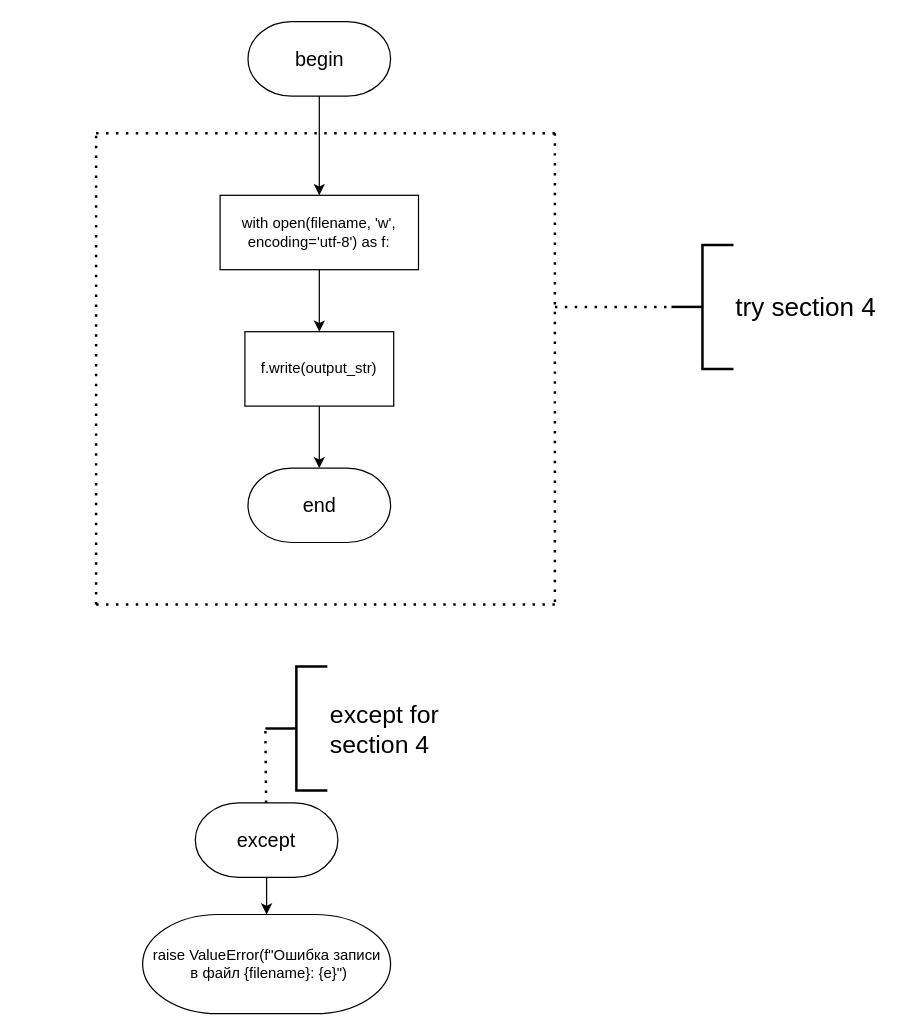
Earlier version of the draw.io diagram page "write_output" (3 of 15) of lw2/schemes/file_input.drawio (slavikovics/FuzzyInference). Source tidied: cells renumbered, new cells numbered last; positions are measured from the earlier drawing's top-left corner, leaving out a move shared by most shapes. Both pictures are drawn from the tidied source at 124%, with x=0, y=0 at pixel (95, 21).
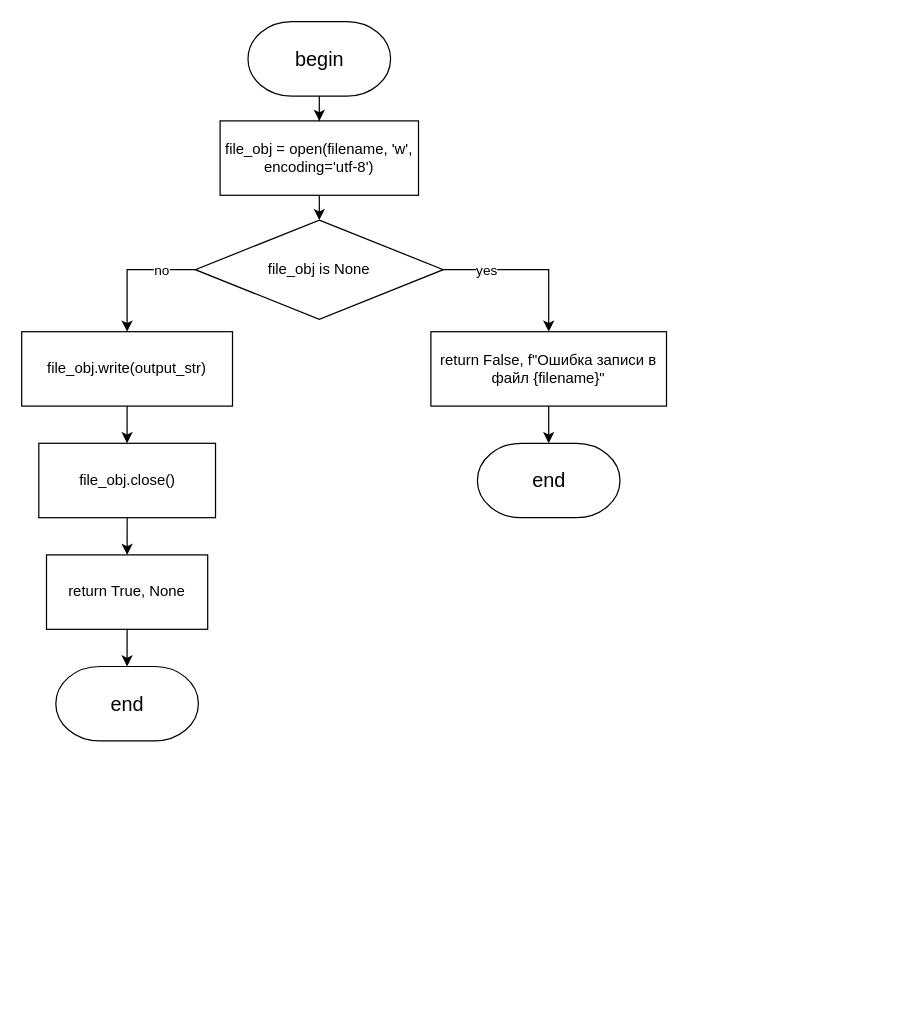
The same diagram, later.

What changed in the source:
```diff
@@
-    <mxCell id="2" style="edgeStyle=orthogonalEdgeStyle;rounded=0;jettySize=auto;html=1;" parent="1" edge="1" source="3" target="7">
-      <mxGeometry relative="1" as="geometry" />
-    </mxCell>
+    <mxCell id="20" style="edgeStyle=orthogonalEdgeStyle;rounded=0;jettySize=auto;html=1;exitX=0.5;exitY=1;exitDx=0;exitDy=0;entryX=0.5;entryY=0;entryDx=0;entryDy=0;" parent="1" edge="1" source="3" target="26">
+      <mxGeometry relative="1" as="geometry" />
+    </mxCell>
-    <mxCell id="3" value="with open(filename, 'w', encoding='utf-8') as f:" style="rounded=0;whiteSpace=wrap;html=1;" parent="1" vertex="1">
-      <mxGeometry x="100" y="140" width="160" height="60" as="geometry" />
+    <mxCell id="3" value="file_obj = open(filename, 'w', encoding='utf-8')" style="rounded=0;whiteSpace=wrap;html=1;" parent="1" vertex="1">
+      <mxGeometry x="100" y="80" width="160" height="60" as="geometry" />
     </mxCell>
@@
-    <mxCell id="6" style="edgeStyle=orthogonalEdgeStyle;rounded=0;jettySize=auto;html=1;" parent="1" edge="1" source="7" target="19">
-      <mxGeometry relative="1" as="geometry" />
-    </mxCell>
+    <mxCell id="21" style="edgeStyle=orthogonalEdgeStyle;rounded=0;jettySize=auto;html=1;exitX=0.5;exitY=1;exitDx=0;exitDy=0;" parent="1" edge="1" source="7" target="30">
+      <mxGeometry relative="1" as="geometry" />
+    </mxCell>
-    <mxCell id="7" value="f.write(output_str)" style="rounded=0;whiteSpace=wrap;html=1;" parent="1" vertex="1">
-      <mxGeometry x="120" y="250" width="120" height="60" as="geometry" />
+    <mxCell id="7" value="file_obj.write(output_str)" style="rounded=0;whiteSpace=wrap;html=1;" parent="1" vertex="1">
+      <mxGeometry x="-60" y="250" width="170" height="60" as="geometry" />
     </mxCell>
-    <mxCell id="8" style="endArrow=none;dashed=1;html=1;dashPattern=1 3;strokeWidth=2;rounded=0;" parent="1" edge="1">
-      <mxGeometry relative="1" as="geometry">
-        <mxPoint y="470" as="sourcePoint" />
-        <mxPoint x="375" y="470" as="targetPoint" />
-      </mxGeometry>
-    </mxCell>
-    <mxCell id="9" style="endArrow=none;dashed=1;html=1;dashPattern=1 3;strokeWidth=2;rounded=0;" parent="1" edge="1">
-      <mxGeometry relative="1" as="geometry">
-        <mxPoint y="90" as="sourcePoint" />
-        <mxPoint x="370" y="90" as="targetPoint" />
-      </mxGeometry>
-    </mxCell>
-    <mxCell id="10" style="endArrow=none;dashed=1;html=1;dashPattern=1 3;strokeWidth=2;rounded=0;" parent="1" edge="1">
-      <mxGeometry relative="1" as="geometry">
-        <mxPoint x="370" y="90" as="sourcePoint" />
-        <mxPoint x="370" y="470" as="targetPoint" />
-      </mxGeometry>
-    </mxCell>
-    <mxCell id="11" style="endArrow=none;dashed=1;html=1;dashPattern=1 3;strokeWidth=2;rounded=0;" parent="1" edge="1">
-      <mxGeometry relative="1" as="geometry">
-        <mxPoint y="470" as="sourcePoint" />
-        <mxPoint y="90" as="targetPoint" />
-      </mxGeometry>
-    </mxCell>
-    <mxCell id="12" value="&lt;font style=&quot;font-size: 21px;&quot;&gt;try section 4&lt;/font&gt;" style="strokeWidth=2;html=1;shape=mxgraph.flowchart.annotation_2;align=left;labelPosition=right;" parent="1" vertex="1">
-      <mxGeometry x="464" y="180" width="50" height="100" as="geometry" />
-    </mxCell>
-    <mxCell id="13" style="endArrow=none;dashed=1;html=1;dashPattern=1 3;strokeWidth=2;rounded=0;entryX=0;entryY=0.5;entryDx=0;entryDy=0;entryPerimeter=0;" parent="1" edge="1" target="12">
-      <mxGeometry relative="1" as="geometry">
-        <mxPoint x="370" y="230" as="sourcePoint" />
-      </mxGeometry>
-    </mxCell>
-    <mxCell id="14" value="raise ValueError(f&quot;Ошибка записи&lt;div&gt;&amp;nbsp;в файл {filename}: {e}&quot;)&lt;/div&gt;" style="strokeWidth=1;html=1;shape=mxgraph.flowchart.terminator;whiteSpace=wrap;" parent="1" vertex="1">
-      <mxGeometry x="37.5" y="720" width="200" height="80" as="geometry" />
-    </mxCell>
-    <mxCell id="15" value="&lt;font style=&quot;font-size: 20px;&quot;&gt;except for&amp;nbsp;&lt;/font&gt;&lt;div&gt;&lt;font style=&quot;font-size: 20px;&quot;&gt;section 4&lt;/font&gt;&lt;/div&gt;" style="strokeWidth=2;html=1;shape=mxgraph.flowchart.annotation_2;align=left;labelPosition=right;" parent="1" vertex="1">
-      <mxGeometry x="136.5" y="520" width="50" height="100" as="geometry" />
-    </mxCell>
-    <mxCell id="16" style="endArrow=none;dashed=1;html=1;dashPattern=1 3;strokeWidth=2;rounded=0;entryX=0;entryY=0.5;entryDx=0;entryDy=0;entryPerimeter=0;exitX=0.5;exitY=0;exitDx=0;exitDy=0;" parent="1" edge="1" target="15">
-      <mxGeometry relative="1" as="geometry">
-        <mxPoint x="137.5" y="670" as="sourcePoint" />
-      </mxGeometry>
-    </mxCell>
-    <mxCell id="17" style="edgeStyle=orthogonalEdgeStyle;rounded=0;jettySize=auto;html=1;" parent="1" edge="1" source="18" target="14">
-      <mxGeometry relative="1" as="geometry" />
-    </mxCell>
-    <mxCell id="18" value="&lt;font style=&quot;font-size: 16px;&quot;&gt;except&lt;/font&gt;" style="strokeWidth=1;html=1;shape=mxgraph.flowchart.terminator;whiteSpace=wrap;" parent="1" vertex="1">
-      <mxGeometry x="80" y="630" width="115" height="60" as="geometry" />
-    </mxCell>
     <mxCell id="19" value="&lt;font style=&quot;font-size: 16px;&quot;&gt;end&lt;/font&gt;" style="strokeWidth=1;html=1;shape=mxgraph.flowchart.terminator;whiteSpace=wrap;" parent="1" vertex="1">
-      <mxGeometry x="122.5" y="360" width="115" height="60" as="geometry" />
+      <mxGeometry x="-32.5" y="520" width="115" height="60" as="geometry" />
     </mxCell>
+    <mxCell id="22" style="edgeStyle=orthogonalEdgeStyle;rounded=0;jettySize=auto;html=1;exitX=1;exitY=0.5;exitDx=0;exitDy=0;" parent="1" edge="1" source="26" target="28">
+      <mxGeometry relative="1" as="geometry" />
+    </mxCell>
+    <mxCell id="23" value="yes" style="edgeLabel;html=1;align=center;verticalAlign=middle;" parent="22" vertex="1">
+      <mxGeometry x="-0.49" relative="1" as="geometry" />
+    </mxCell>
+    <mxCell id="24" style="edgeStyle=orthogonalEdgeStyle;rounded=0;jettySize=auto;html=1;exitX=0;exitY=0.5;exitDx=0;exitDy=0;" parent="1" edge="1" source="26" target="7">
+      <mxGeometry relative="1" as="geometry" />
+    </mxCell>
+    <mxCell id="25" value="no" style="edgeLabel;html=1;align=center;verticalAlign=middle;" parent="24" vertex="1">
+      <mxGeometry x="-0.47" relative="1" as="geometry" />
+    </mxCell>
+    <mxCell id="26" value="file_obj is None" style="rhombus;whiteSpace=wrap;html=1;" parent="1" vertex="1">
+      <mxGeometry x="80" y="160" width="200" height="80" as="geometry" />
+    </mxCell>
+    <mxCell id="27" style="edgeStyle=orthogonalEdgeStyle;rounded=0;jettySize=auto;html=1;exitX=0.5;exitY=1;exitDx=0;exitDy=0;" parent="1" edge="1" source="28" target="33">
+      <mxGeometry relative="1" as="geometry" />
+    </mxCell>
+    <mxCell id="28" value="return False, f&quot;Ошибка записи в файл {filename}&quot;" style="rounded=0;whiteSpace=wrap;html=1;" parent="1" vertex="1">
+      <mxGeometry x="270" y="250" width="190" height="60" as="geometry" />
+    </mxCell>
+    <mxCell id="29" style="edgeStyle=orthogonalEdgeStyle;rounded=0;jettySize=auto;html=1;exitX=0.5;exitY=1;exitDx=0;exitDy=0;entryX=0.5;entryY=0;entryDx=0;entryDy=0;" parent="1" edge="1" source="30" target="32">
+      <mxGeometry relative="1" as="geometry" />
+    </mxCell>
+    <mxCell id="30" value="file_obj.close()" style="rounded=0;whiteSpace=wrap;html=1;" parent="1" vertex="1">
+      <mxGeometry x="-46.2" y="340" width="142.5" height="60" as="geometry" />
+    </mxCell>
+    <mxCell id="31" style="edgeStyle=orthogonalEdgeStyle;rounded=0;jettySize=auto;html=1;exitX=0.5;exitY=1;exitDx=0;exitDy=0;" parent="1" edge="1" source="32" target="19">
+      <mxGeometry relative="1" as="geometry" />
+    </mxCell>
+    <mxCell id="32" value="return True, None" style="rounded=0;whiteSpace=wrap;html=1;" parent="1" vertex="1">
+      <mxGeometry x="-40" y="430" width="130" height="60" as="geometry" />
+    </mxCell>
+    <mxCell id="33" value="&lt;font style=&quot;font-size: 16px;&quot;&gt;end&lt;/font&gt;" style="strokeWidth=1;html=1;shape=mxgraph.flowchart.terminator;whiteSpace=wrap;" parent="1" vertex="1">
+      <mxGeometry x="307.5" y="340" width="115" height="60" as="geometry" />
+    </mxCell>
```
